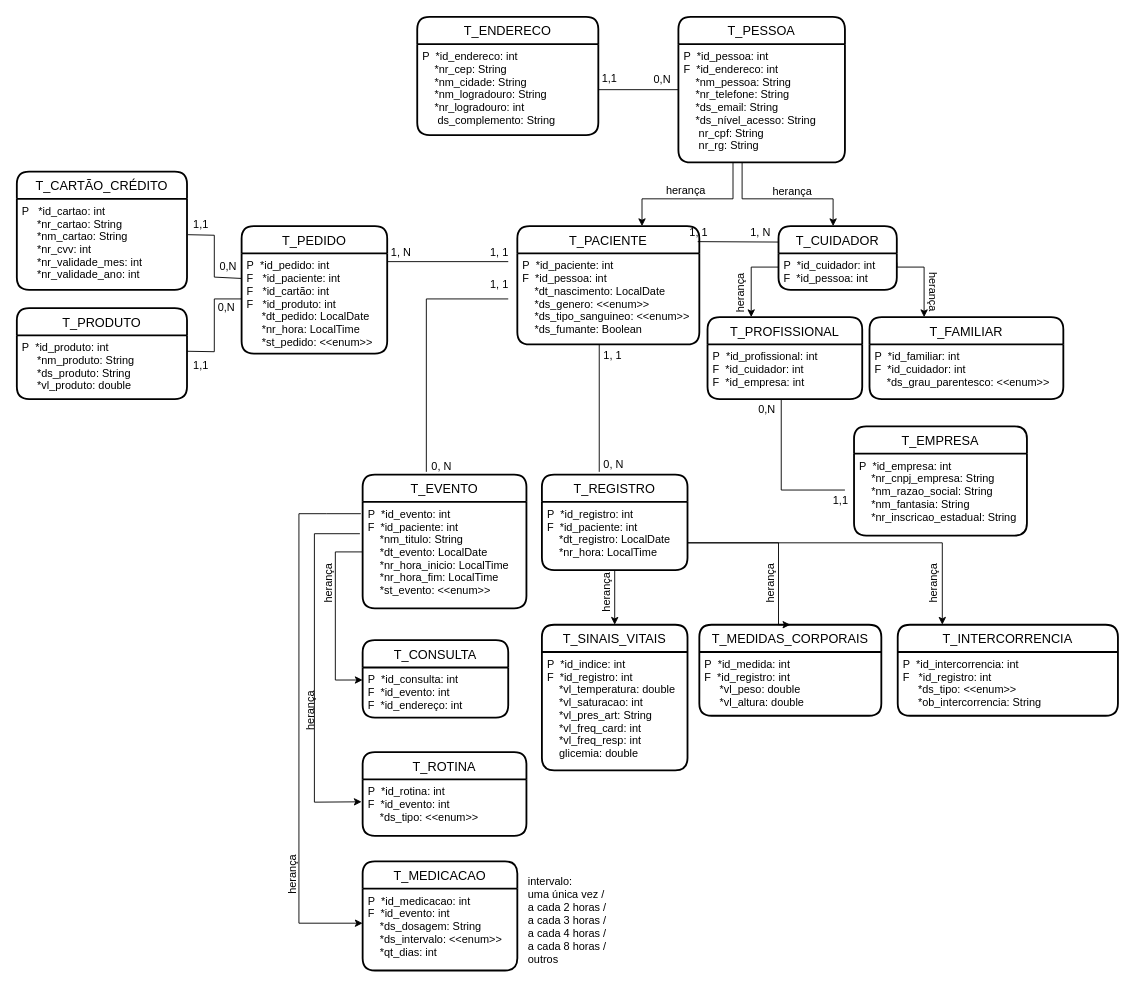
dBianchii/gs-care keeps this draw.io diagram as schema.drawio. Above is the earlier version. Source tidied: cells renumbered, new cells numbered last; positions are measured from the earlier drawing's top-left corner, leaving out a move shared by most shapes. Both pictures are drawn from the tidied source at 91%, with x=0, y=0 at pixel (16, 16).
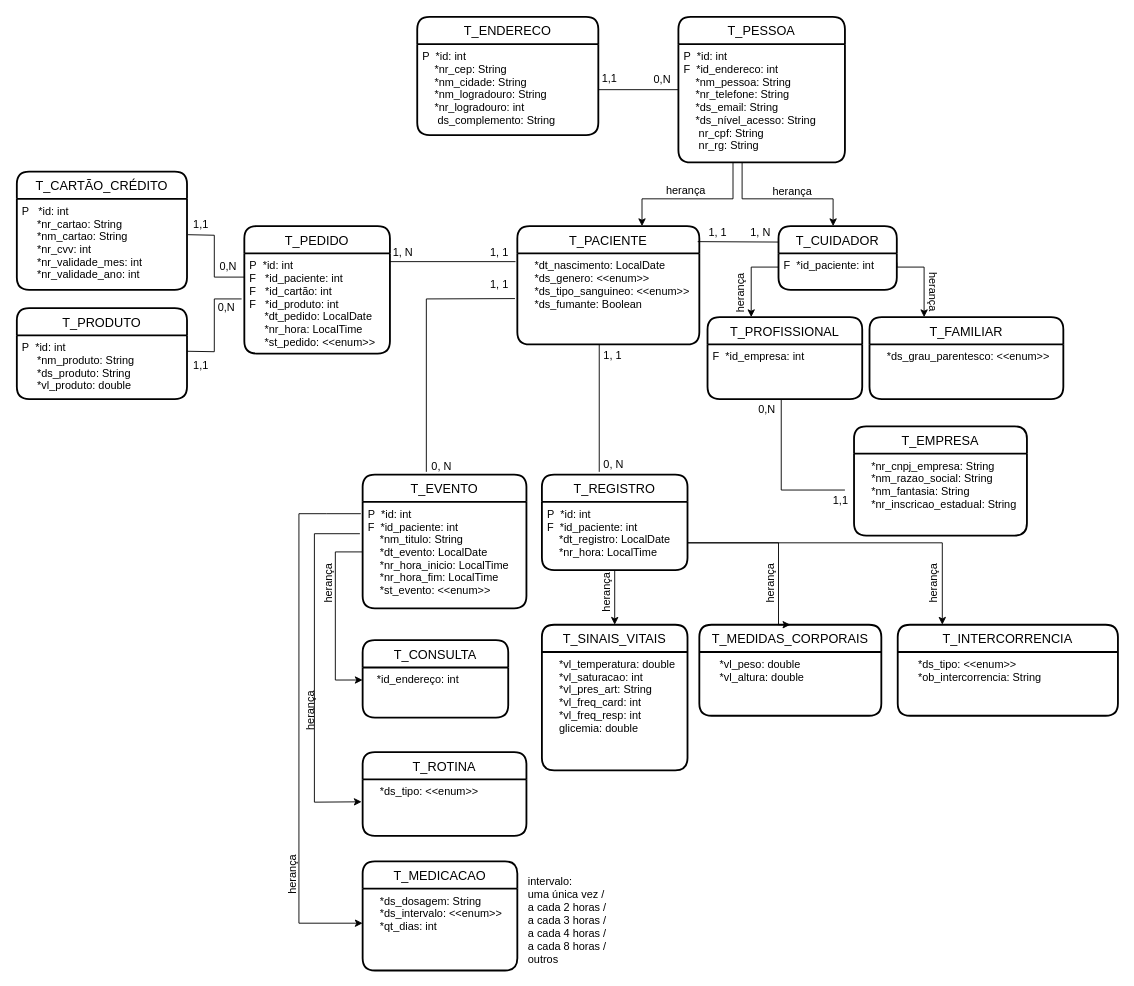
After the change.

Unchanged cells that the change refers to:
```xml
<mxCell id="3" value="T_PESSOA" style="swimlane;horizontal=1;startSize=30;rounded=1;fontSize=14;fontStyle=0;strokeWidth=2;shadow=0;dashed=0;align=center;" parent="1" vertex="1">
  <mxGeometry x="727" width="183" height="160" as="geometry" />
</mxCell>
<mxCell id="5" value="T_PACIENTE" style="swimlane;horizontal=1;startSize=30;rounded=1;fontSize=14;fontStyle=0;strokeWidth=2;shadow=0;dashed=0;align=center;" parent="1" vertex="1">
  <mxGeometry x="550" y="230" width="200" height="130" as="geometry" />
</mxCell>
<mxCell id="11" value="T_CUIDADOR" style="swimlane;horizontal=1;startSize=30;rounded=1;fontSize=14;fontStyle=0;strokeWidth=2;shadow=0;dashed=0;align=center;" parent="1" vertex="1">
  <mxGeometry x="837" y="230" width="130" height="70" as="geometry" />
</mxCell>
<mxCell id="13" value="T_PROFISSIONAL" style="swimlane;horizontal=1;startSize=30;rounded=1;fontSize=14;fontStyle=0;strokeWidth=2;shadow=0;dashed=0;align=center;" parent="1" vertex="1">
  <mxGeometry x="759" y="330" width="170" height="90" as="geometry" />
</mxCell>
<mxCell id="15" value="T_FAMILIAR" style="swimlane;horizontal=1;startSize=30;rounded=1;fontSize=14;fontStyle=0;strokeWidth=2;shadow=0;dashed=0;align=center;" parent="1" vertex="1">
  <mxGeometry x="937" y="330" width="213" height="90" as="geometry" />
</mxCell>
<mxCell id="20" value="T_EVENTO" style="swimlane;horizontal=1;startSize=30;rounded=1;fontSize=14;fontStyle=0;strokeWidth=2;shadow=0;dashed=0;align=center;" parent="1" vertex="1">
  <mxGeometry x="380" y="503" width="180" height="147" as="geometry" />
</mxCell>
<mxCell id="23" value="T_REGISTRO" style="swimlane;horizontal=1;startSize=30;rounded=1;fontSize=14;fontStyle=0;strokeWidth=2;shadow=0;dashed=0;align=center;" parent="1" vertex="1">
  <mxGeometry x="577" y="503" width="160" height="105" as="geometry" />
</mxCell>
<mxCell id="25" value="T_SINAIS_VITAIS" style="swimlane;horizontal=1;startSize=30;rounded=1;fontSize=14;fontStyle=0;strokeWidth=2;shadow=0;dashed=0;align=center;" parent="1" vertex="1">
  <mxGeometry x="577" y="668" width="160" height="160" as="geometry" />
</mxCell>
<mxCell id="27" value="T_MEDIDAS_CORPORAIS" style="swimlane;horizontal=1;startSize=30;rounded=1;fontSize=14;fontStyle=0;strokeWidth=2;shadow=0;dashed=0;align=center;" parent="1" vertex="1">
  <mxGeometry x="750" y="668" width="200" height="100" as="geometry" />
</mxCell>
<mxCell id="29" value="T_INTERCORRENCIA" style="swimlane;horizontal=1;startSize=30;rounded=1;fontSize=14;fontStyle=0;strokeWidth=2;shadow=0;dashed=0;align=center;" parent="1" vertex="1">
  <mxGeometry x="968" y="668" width="242" height="100" as="geometry" />
</mxCell>
<mxCell id="31" value="T_MEDICACAO" style="swimlane;horizontal=1;startSize=30;rounded=1;fontSize=14;fontStyle=0;strokeWidth=2;shadow=0;dashed=0;align=center;" parent="1" vertex="1">
  <mxGeometry x="380" y="928" width="170" height="120" as="geometry" />
</mxCell>
<mxCell id="33" value="T_CONSULTA" style="swimlane;horizontal=1;startSize=30;rounded=1;fontSize=14;fontStyle=0;strokeWidth=2;shadow=0;dashed=0;align=center;" parent="1" vertex="1">
  <mxGeometry x="380" y="685" width="160" height="85" as="geometry" />
</mxCell>
<mxCell id="35" value="T_ROTINA" style="swimlane;horizontal=1;startSize=30;rounded=1;fontSize=14;fontStyle=0;strokeWidth=2;shadow=0;dashed=0;align=center;" parent="1" vertex="1">
  <mxGeometry x="380" y="808" width="180" height="92" as="geometry" />
</mxCell>
<mxCell id="57" value="T_PRODUTO" style="swimlane;horizontal=1;startSize=30;rounded=1;fontSize=14;fontStyle=0;strokeWidth=2;shadow=0;dashed=0;align=center;" parent="1" vertex="1">
  <mxGeometry y="320" width="187" height="100" as="geometry" />
</mxCell>
<mxCell id="59" value="T_CARTÃO_CRÉDITO" style="swimlane;horizontal=1;startSize=30;rounded=1;fontSize=14;fontStyle=0;strokeWidth=2;shadow=0;dashed=0;align=center;" parent="1" vertex="1">
  <mxGeometry y="170" width="187" height="130" as="geometry" />
</mxCell>
<mxCell id="72" value="T_EMPRESA" style="swimlane;horizontal=1;startSize=30;rounded=1;fontSize=14;fontStyle=0;strokeWidth=2;shadow=0;dashed=0;align=center;" parent="1" vertex="1">
  <mxGeometry x="920" y="450" width="190" height="120" as="geometry" />
</mxCell>
<mxCell id="77" value="T_ENDERECO" style="swimlane;horizontal=1;startSize=30;rounded=1;fontSize=14;fontStyle=0;strokeWidth=2;shadow=0;dashed=0;align=center;" parent="1" vertex="1">
  <mxGeometry x="440" width="199" height="130" as="geometry" />
</mxCell>
<mxCell id="82" value="1, 1" style="text;html=1;align=center;verticalAlign=middle;points=[];strokeColor=none;fillColor=none;" parent="1" vertex="1">
  <mxGeometry x="510" y="280" width="40" height="30" as="geometry" />
</mxCell>
```

Change to the diagram source:
```diff
@@
-    <mxCell id="4" value="P  *id_pessoa: int &#10;F  *id_endereco: int &#10;    *nm_pessoa: String&#10;    *nr_telefone: String&#10;    *ds_email: String&#10;    *ds_nível_acesso: String&#10;     nr_cpf: String&#10;     nr_rg: String&#10;" style="align=left;strokeColor=none;fillColor=none;spacingLeft=4;fontSize=12;verticalAlign=top;" parent="3" vertex="1">
+    <mxCell id="4" value="P  *id: int &#10;F  *id_endereco: int &#10;    *nm_pessoa: String&#10;    *nr_telefone: String&#10;    *ds_email: String&#10;    *ds_nível_acesso: String&#10;     nr_cpf: String&#10;     nr_rg: String&#10;" style="align=left;strokeColor=none;fillColor=none;spacingLeft=4;fontSize=12;verticalAlign=top;" parent="3" vertex="1">
       <mxGeometry y="30" width="183" height="130" as="geometry" />
     </mxCell>
@@
-    <mxCell id="6" value="P  *id_paciente: int&#10;F  *id_pessoa: int&#10;    *dt_nascimento: LocalDate&#10;    *ds_genero: &lt;&lt;enum&gt;&gt;&#10;    *ds_tipo_sanguineo: &lt;&lt;enum&gt;&gt;&#10;    *ds_fumante: Boolean" style="align=left;strokeColor=none;fillColor=none;spacingLeft=4;fontSize=12;verticalAlign=top;" parent="5" vertex="1">
+    <mxCell id="6" value="    *dt_nascimento: LocalDate&#10;    *ds_genero: &lt;&lt;enum&gt;&gt;&#10;    *ds_tipo_sanguineo: &lt;&lt;enum&gt;&gt;&#10;    *ds_fumante: Boolean" style="align=left;strokeColor=none;fillColor=none;spacingLeft=4;fontSize=12;verticalAlign=top;" parent="5" vertex="1">
       <mxGeometry y="30" width="200" height="100" as="geometry" />
     </mxCell>
@@
-    <mxCell id="12" value="P  *id_cuidador: int&#10;F  *id_pessoa: int&#10;" style="align=left;strokeColor=none;fillColor=none;spacingLeft=4;fontSize=12;verticalAlign=top;" parent="11" vertex="1">
+    <mxCell id="12" value="F  *id_paciente: int&#10;&#10;" style="align=left;strokeColor=none;fillColor=none;spacingLeft=4;fontSize=12;verticalAlign=top;" parent="11" vertex="1">
       <mxGeometry y="30" width="130" height="40" as="geometry" />
     </mxCell>
@@
-    <mxCell id="14" value="P  *id_profissional: int&#10;F  *id_cuidador: int&#10;F  *id_empresa: int&#10;" style="align=left;strokeColor=none;fillColor=none;spacingLeft=4;fontSize=12;verticalAlign=top;" parent="13" vertex="1">
+    <mxCell id="14" value="F  *id_empresa: int&#10;" style="align=left;strokeColor=none;fillColor=none;spacingLeft=4;fontSize=12;verticalAlign=top;" parent="13" vertex="1">
       <mxGeometry y="30" width="170" height="60" as="geometry" />
     </mxCell>
@@
-    <mxCell id="16" value="P  *id_familiar: int&#10;F  *id_cuidador: int&#10;    *ds_grau_parentesco: &lt;&lt;enum&gt;&gt;" style="align=left;strokeColor=none;fillColor=none;spacingLeft=4;fontSize=12;verticalAlign=top;" parent="15" vertex="1">
+    <mxCell id="16" value="    *ds_grau_parentesco: &lt;&lt;enum&gt;&gt;" style="align=left;strokeColor=none;fillColor=none;spacingLeft=4;fontSize=12;verticalAlign=top;" parent="15" vertex="1">
       <mxGeometry y="30" width="213" height="60" as="geometry" />
     </mxCell>
@@
-    <mxCell id="21" value="P  *id_evento: int&#10;F  *id_paciente: int&#10;    *nm_titulo: String&#10;    *dt_evento: LocalDate&#10;    *nr_hora_inicio: LocalTime&#10;    *nr_hora_fim: LocalTime&#10;    *st_evento: &lt;&lt;enum&gt;&gt; " style="align=left;strokeColor=none;fillColor=none;spacingLeft=4;fontSize=12;verticalAlign=top;" parent="20" vertex="1">
+    <mxCell id="21" value="P  *id: int&#10;F  *id_paciente: int&#10;    *nm_titulo: String&#10;    *dt_evento: LocalDate&#10;    *nr_hora_inicio: LocalTime&#10;    *nr_hora_fim: LocalTime&#10;    *st_evento: &lt;&lt;enum&gt;&gt; " style="align=left;strokeColor=none;fillColor=none;spacingLeft=4;fontSize=12;verticalAlign=top;" parent="20" vertex="1">
       <mxGeometry y="30" width="180" height="117" as="geometry" />
     </mxCell>
@@
-    <mxCell id="24" value="P  *id_registro: int&#10;F  *id_paciente: int&#10;    *dt_registro: LocalDate&#10;    *nr_hora: LocalTime" style="align=left;strokeColor=none;fillColor=none;spacingLeft=4;fontSize=12;verticalAlign=top;" parent="23" vertex="1">
+    <mxCell id="24" value="P  *id: int&#10;F  *id_paciente: int&#10;    *dt_registro: LocalDate&#10;    *nr_hora: LocalTime" style="align=left;strokeColor=none;fillColor=none;spacingLeft=4;fontSize=12;verticalAlign=top;" parent="23" vertex="1">
       <mxGeometry y="30" width="160" height="75" as="geometry" />
     </mxCell>
@@
-    <mxCell id="26" value="P  *id_indice: int &#10;F  *id_registro: int&#10;    *vl_temperatura: double&#10;    *vl_saturacao: int&#10;    *vl_pres_art: String&#10;    *vl_freq_card: int&#10;    *vl_freq_resp: int&#10;    glicemia: double" style="align=left;strokeColor=none;fillColor=none;spacingLeft=4;fontSize=12;verticalAlign=top;" parent="25" vertex="1">
+    <mxCell id="26" value="    *vl_temperatura: double&#10;    *vl_saturacao: int&#10;    *vl_pres_art: String&#10;    *vl_freq_card: int&#10;    *vl_freq_resp: int&#10;    glicemia: double" style="align=left;strokeColor=none;fillColor=none;spacingLeft=4;fontSize=12;verticalAlign=top;" parent="25" vertex="1">
       <mxGeometry y="30" width="160" height="130" as="geometry" />
     </mxCell>
@@
-    <mxCell id="28" value="P  *id_medida: int&#10;F  *id_registro: int&#10;     *vl_peso: double&#10;     *vl_altura: double" style="align=left;strokeColor=none;fillColor=none;spacingLeft=4;fontSize=12;verticalAlign=top;" parent="27" vertex="1">
+    <mxCell id="28" value="     *vl_peso: double&#10;     *vl_altura: double" style="align=left;strokeColor=none;fillColor=none;spacingLeft=4;fontSize=12;verticalAlign=top;" parent="27" vertex="1">
       <mxGeometry y="30" width="200" height="70" as="geometry" />
     </mxCell>
@@
-    <mxCell id="30" value="P  *id_intercorrencia: int&#10;F   *id_registro: int&#10;     *ds_tipo: &lt;&lt;enum&gt;&gt;&#10;     *ob_intercorrencia: String " style="align=left;strokeColor=none;fillColor=none;spacingLeft=4;fontSize=12;verticalAlign=top;" parent="29" vertex="1">
+    <mxCell id="30" value="     *ds_tipo: &lt;&lt;enum&gt;&gt;&#10;     *ob_intercorrencia: String " style="align=left;strokeColor=none;fillColor=none;spacingLeft=4;fontSize=12;verticalAlign=top;" parent="29" vertex="1">
       <mxGeometry y="30" width="242" height="70" as="geometry" />
     </mxCell>
@@
-    <mxCell id="32" value="P  *id_medicacao: int&#10;F  *id_evento: int&#10;    *ds_dosagem: String&#10;    *ds_intervalo: &lt;&lt;enum&gt;&gt; &#10;    *qt_dias: int" style="align=left;strokeColor=none;fillColor=none;spacingLeft=4;fontSize=12;verticalAlign=top;" parent="31" vertex="1">
+    <mxCell id="32" value="    *ds_dosagem: String&#10;    *ds_intervalo: &lt;&lt;enum&gt;&gt; &#10;    *qt_dias: int" style="align=left;strokeColor=none;fillColor=none;spacingLeft=4;fontSize=12;verticalAlign=top;" parent="31" vertex="1">
       <mxGeometry y="30" width="170" height="90" as="geometry" />
     </mxCell>
@@
-    <mxCell id="34" value="P  *id_consulta: int&#10;F  *id_evento: int&#10;F  *id_endereço: int&#10;" style="align=left;strokeColor=none;fillColor=none;spacingLeft=4;fontSize=12;verticalAlign=top;" parent="33" vertex="1">
+    <mxCell id="34" value="   *id_endereço: int&#10;" style="align=left;strokeColor=none;fillColor=none;spacingLeft=4;fontSize=12;verticalAlign=top;" parent="33" vertex="1">
       <mxGeometry y="30" width="160" height="55" as="geometry" />
     </mxCell>
@@
-    <mxCell id="36" value="P  *id_rotina: int&#10;F  *id_evento: int&#10;    *ds_tipo: &lt;&lt;enum&gt;&gt;" style="align=left;strokeColor=none;fillColor=none;spacingLeft=4;fontSize=12;verticalAlign=top;" parent="35" vertex="1">
+    <mxCell id="36" value="    *ds_tipo: &lt;&lt;enum&gt;&gt;" style="align=left;strokeColor=none;fillColor=none;spacingLeft=4;fontSize=12;verticalAlign=top;" parent="35" vertex="1">
       <mxGeometry y="30" width="180" height="62" as="geometry" />
     </mxCell>
@@
-    <mxCell id="45" style="endArrow=none;html=1;rounded=0;" parent="1" edge="1">
+    <mxCell id="45" style="endArrow=none;html=1;rounded=0;entryX=0.935;entryY=0.987;entryDx=0;entryDy=0;entryPerimeter=0;" parent="1" edge="1" target="82">
       <mxGeometry relative="1" as="geometry">
         <mxPoint x="450" y="500" as="sourcePoint" />
-        <mxPoint x="540" y="310" as="targetPoint" />
         <Array as="points">
           <mxPoint x="450" y="310" />
         </Array>
       </mxGeometry>
     </mxCell>
@@
     <mxCell id="54" value="1, 1" style="text;html=1;align=center;verticalAlign=middle;strokeColor=none;fillColor=none;" parent="1" vertex="1">
-      <mxGeometry x="729" y="222" width="40" height="30" as="geometry" />
+      <mxGeometry x="750" y="222" width="40" height="30" as="geometry" />
     </mxCell>
@@
-    <mxCell id="58" value="P  *id_produto: int&#10;     *nm_produto: String&#10;     *ds_produto: String&#10;     *vl_produto: double&#10;" style="align=left;strokeColor=none;fillColor=none;spacingLeft=4;fontSize=12;verticalAlign=top;" parent="57" vertex="1">
+    <mxCell id="58" value="P  *id: int&#10;     *nm_produto: String&#10;     *ds_produto: String&#10;     *vl_produto: double&#10;" style="align=left;strokeColor=none;fillColor=none;spacingLeft=4;fontSize=12;verticalAlign=top;" parent="57" vertex="1">
       <mxGeometry y="30" width="187" height="70" as="geometry" />
     </mxCell>
@@
-    <mxCell id="60" value="P   *id_cartao: int&#10;     *nr_cartao: String&#10;     *nm_cartao: String&#10;     *nr_cvv: int&#10;     *nr_validade_mes: int&#10;     *nr_validade_ano: int" style="align=left;strokeColor=none;fillColor=none;spacingLeft=4;fontSize=12;verticalAlign=top;" parent="59" vertex="1">
+    <mxCell id="60" value="P   *id: int&#10;     *nr_cartao: String&#10;     *nm_cartao: String&#10;     *nr_cvv: int&#10;     *nr_validade_mes: int&#10;     *nr_validade_ano: int" style="align=left;strokeColor=none;fillColor=none;spacingLeft=4;fontSize=12;verticalAlign=top;" parent="59" vertex="1">
       <mxGeometry y="30" width="187" height="100" as="geometry" />
     </mxCell>
     <mxCell id="61" value="T_PEDIDO" style="swimlane;horizontal=1;startSize=30;rounded=1;fontSize=14;fontStyle=0;strokeWidth=2;shadow=0;dashed=0;align=center;" parent="1" vertex="1">
-      <mxGeometry x="247" y="230" width="160" height="140" as="geometry" />
+      <mxGeometry x="250" y="230" width="160" height="140" as="geometry" />
     </mxCell>
-    <mxCell id="62" value="P  *id_pedido: int&#10;F   *id_paciente: int&#10;F   *id_cartão: int&#10;F   *id_produto: int&#10;     *dt_pedido: LocalDate&#10;     *nr_hora: LocalTime&#10;     *st_pedido: &lt;&lt;enum&gt;&gt;&#10;" style="align=left;strokeColor=none;fillColor=none;spacingLeft=4;fontSize=12;verticalAlign=top;" parent="61" vertex="1">
+    <mxCell id="62" value="P  *id: int&#10;F   *id_paciente: int&#10;F   *id_cartão: int&#10;F   *id_produto: int&#10;     *dt_pedido: LocalDate&#10;     *nr_hora: LocalTime&#10;     *st_pedido: &lt;&lt;enum&gt;&gt;&#10;" style="align=left;strokeColor=none;fillColor=none;spacingLeft=4;fontSize=12;verticalAlign=top;" parent="61" vertex="1">
       <mxGeometry y="30" width="160" height="110" as="geometry" />
     </mxCell>
     <mxCell id="63" style="line;strokeWidth=1;dashed=0;labelPosition=right;align=left;verticalAlign=middle;spacingTop=0;spacingLeft=6;" parent="1" vertex="1">
-      <mxGeometry x="407" y="264" width="133" height="10" as="geometry" />
+      <mxGeometry x="410" y="264" width="138" height="10" as="geometry" />
     </mxCell>
     <mxCell id="64" value="1, N" style="text;html=1;align=center;verticalAlign=middle;strokeColor=none;fillColor=none;" parent="1" vertex="1">
-      <mxGeometry x="397" y="244" width="50" height="30" as="geometry" />
+      <mxGeometry x="399" y="244" width="50" height="30" as="geometry" />
     </mxCell>
@@
-    <mxCell id="66" style="endArrow=none;html=1;rounded=0;exitX=1.006;exitY=0.394;exitDx=0;exitDy=0;entryX=0;entryY=0.25;entryDx=0;entryDy=0;exitPerimeter=0;" parent="1" edge="1" source="60" target="62">
+    <mxCell id="66" style="endArrow=none;html=1;rounded=0;exitX=1.006;exitY=0.394;exitDx=0;exitDy=0;exitPerimeter=0;" parent="1" edge="1" source="60">
       <mxGeometry relative="1" as="geometry">
+        <mxPoint x="250" y="286" as="targetPoint" />
         <Array as="points">
           <mxPoint x="217" y="240" />
           <mxPoint x="217" y="286" />
         </Array>
       </mxGeometry>
     </mxCell>
@@
-    <mxCell id="73" value="P  *id_empresa: int&#10;    *nr_cnpj_empresa: String &#10;    *nm_razao_social: String&#10;    *nm_fantasia: String&#10;    *nr_inscricao_estadual: String&#10;" style="align=left;strokeColor=none;fillColor=none;spacingLeft=4;fontSize=12;verticalAlign=top;" parent="72" vertex="1">
+    <mxCell id="73" value="    *nr_cnpj_empresa: String &#10;    *nm_razao_social: String&#10;    *nm_fantasia: String&#10;    *nr_inscricao_estadual: String&#10;" style="align=left;strokeColor=none;fillColor=none;spacingLeft=4;fontSize=12;verticalAlign=top;" parent="72" vertex="1">
       <mxGeometry y="30" width="190" height="90" as="geometry" />
     </mxCell>
@@
-    <mxCell id="78" value="P  *id_endereco: int         &#10;    *nr_cep: String&#10;    *nm_cidade: String&#10;    *nm_logradouro: String&#10;    *nr_logradouro: int&#10;     ds_complemento: String &#10;" style="align=left;strokeColor=none;fillColor=none;spacingLeft=4;fontSize=12;verticalAlign=top;" parent="77" vertex="1">
+    <mxCell id="78" value="P  *id: int         &#10;    *nr_cep: String&#10;    *nm_cidade: String&#10;    *nm_logradouro: String&#10;    *nr_logradouro: int&#10;     ds_complemento: String &#10;" style="align=left;strokeColor=none;fillColor=none;spacingLeft=4;fontSize=12;verticalAlign=top;" parent="77" vertex="1">
       <mxGeometry y="30" width="199" height="100" as="geometry" />
     </mxCell>
```
